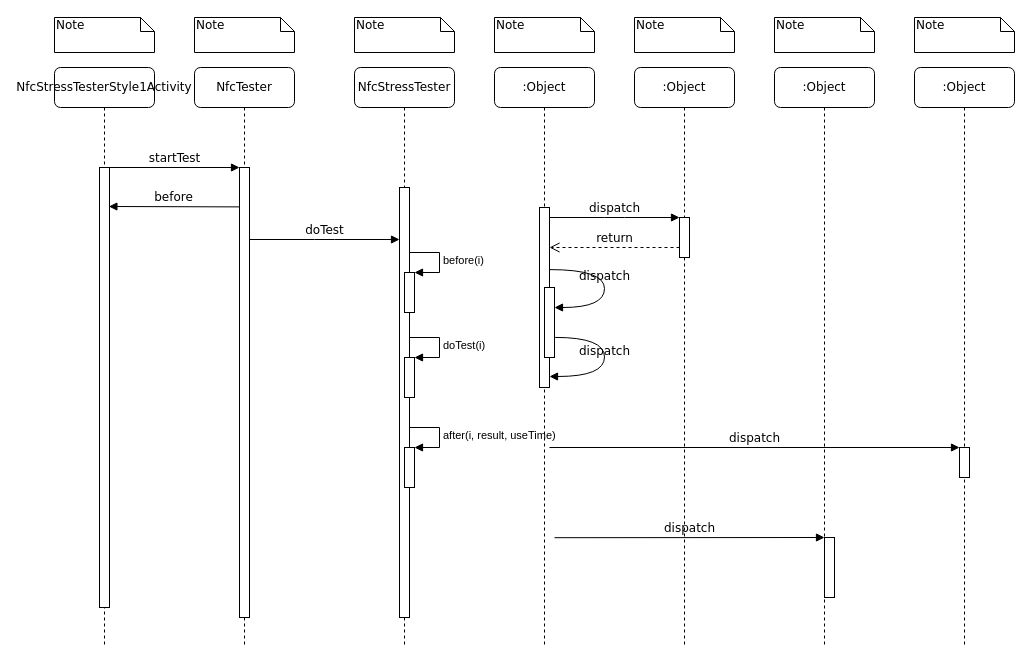
This is Seq-NfcSwitchTester.drawio from SuperSources/draw.io, a draw.io file, before an edit. Source tidied: cells renumbered, new cells numbered last; positions are measured from the earlier drawing's top-left corner, leaving out a move shared by most shapes. Both pictures are drawn from the tidied source at 100%, with x=0, y=0 at pixel (54, 17).
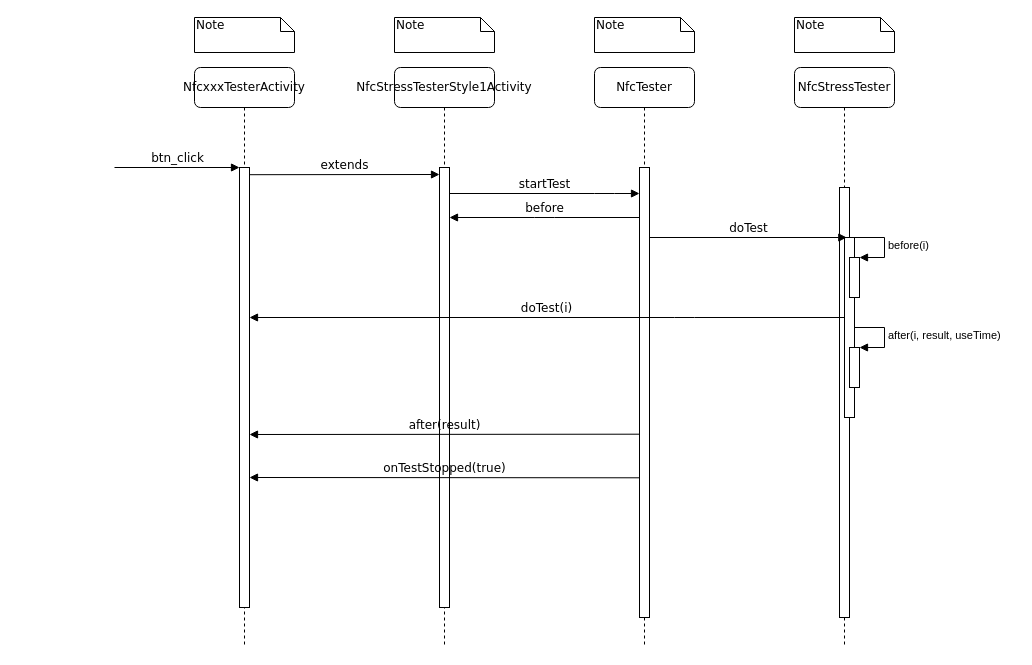
The same page after the edit.

Unchanged cells that the change refers to:
```xml
<mxCell id="3" style="html=1;points=[];perimeter=orthogonalPerimeter;rounded=0;shadow=0;comic=0;labelBackgroundColor=none;strokeWidth=1;fontFamily=Verdana;fontSize=12;align=center;" parent="2" vertex="1">
  <mxGeometry x="45" y="100" width="10" height="450" as="geometry" />
</mxCell>
<mxCell id="17" style="html=1;points=[];perimeter=orthogonalPerimeter;rounded=0;shadow=0;comic=0;labelBackgroundColor=none;strokeWidth=1;fontFamily=Verdana;fontSize=12;align=center;" parent="16" vertex="1">
  <mxGeometry x="45" y="100" width="10" height="440" as="geometry" />
</mxCell>
```

What changed in the source:
```diff
@@
     <mxCell id="2" value="NfcTester" style="shape=umlLifeline;perimeter=lifelinePerimeter;whiteSpace=wrap;html=1;rounded=1;shadow=0;comic=0;labelBackgroundColor=none;strokeWidth=1;fontFamily=Verdana;fontSize=12;align=center;" parent="1" vertex="1">
-      <mxGeometry x="140" y="50" width="100" height="580" as="geometry" />
+      <mxGeometry x="540" y="50" width="100" height="580" as="geometry" />
     </mxCell>
@@
     <mxCell id="4" value="NfcStressTester" style="shape=umlLifeline;perimeter=lifelinePerimeter;whiteSpace=wrap;html=1;rounded=1;shadow=0;comic=0;labelBackgroundColor=none;strokeWidth=1;fontFamily=Verdana;fontSize=12;align=center;" parent="1" vertex="1">
-      <mxGeometry x="300" y="50" width="100" height="580" as="geometry" />
+      <mxGeometry x="740" y="50" width="100" height="580" as="geometry" />
     </mxCell>
@@
+    <mxCell id="39" style="html=1;points=[];perimeter=orthogonalPerimeter;" parent="4" vertex="1">
+      <mxGeometry x="50" y="170" width="10" height="180" as="geometry" />
+    </mxCell>
     <mxCell id="6" style="html=1;points=[];perimeter=orthogonalPerimeter;" parent="4" vertex="1">
-      <mxGeometry x="50" y="205" width="10" height="40" as="geometry" />
+      <mxGeometry x="55" y="190" width="10" height="40" as="geometry" />
     </mxCell>
     <mxCell id="7" value="before(i)" style="edgeStyle=orthogonalEdgeStyle;html=1;align=left;spacingLeft=2;endArrow=block;rounded=0;entryX=1;entryY=0;" parent="4" edge="1" target="6">
       <mxGeometry relative="1" as="geometry">
-        <mxPoint x="55" y="185" as="sourcePoint" />
+        <mxPoint x="60" y="170" as="sourcePoint" />
         <Array as="points">
-          <mxPoint x="85" y="185" />
+          <mxPoint x="90" y="170" />
         </Array>
       </mxGeometry>
     </mxCell>
-    <mxCell id="8" style="html=1;points=[];perimeter=orthogonalPerimeter;" parent="4" vertex="1">
-      <mxGeometry x="50" y="290" width="10" height="40" as="geometry" />
-    </mxCell>
-    <mxCell id="9" value="doTest(i)" style="edgeStyle=orthogonalEdgeStyle;html=1;align=left;spacingLeft=2;endArrow=block;rounded=0;entryX=1;entryY=0;" parent="4" edge="1" target="8">
-      <mxGeometry relative="1" as="geometry">
-        <mxPoint x="55" y="270" as="sourcePoint" />
-        <Array as="points">
-          <mxPoint x="85" y="270" />
-        </Array>
-      </mxGeometry>
-    </mxCell>
     <mxCell id="10" style="html=1;points=[];perimeter=orthogonalPerimeter;" parent="4" vertex="1">
-      <mxGeometry x="50" y="380" width="10" height="40" as="geometry" />
+      <mxGeometry x="55" y="280" width="10" height="40" as="geometry" />
     </mxCell>
     <mxCell id="11" value="after(i, result, useTime)" style="edgeStyle=orthogonalEdgeStyle;html=1;align=left;spacingLeft=2;endArrow=block;rounded=0;entryX=1;entryY=0;" parent="4" edge="1" target="10">
       <mxGeometry relative="1" as="geometry">
-        <mxPoint x="55" y="360" as="sourcePoint" />
+        <mxPoint x="60" y="260" as="sourcePoint" />
         <Array as="points">
-          <mxPoint x="85" y="360" />
+          <mxPoint x="90" y="260" />
         </Array>
       </mxGeometry>
     </mxCell>
-    <mxCell id="12" value=":Object" style="shape=umlLifeline;perimeter=lifelinePerimeter;whiteSpace=wrap;html=1;rounded=1;shadow=0;comic=0;labelBackgroundColor=none;strokeWidth=1;fontFamily=Verdana;fontSize=12;align=center;" parent="1" vertex="1">
-      <mxGeometry x="440" y="50" width="100" height="580" as="geometry" />
-    </mxCell>
-    <mxCell id="13" value=":Object" style="shape=umlLifeline;perimeter=lifelinePerimeter;whiteSpace=wrap;html=1;rounded=1;shadow=0;comic=0;labelBackgroundColor=none;strokeWidth=1;fontFamily=Verdana;fontSize=12;align=center;" parent="1" vertex="1">
-      <mxGeometry x="580" y="50" width="100" height="580" as="geometry" />
-    </mxCell>
-    <mxCell id="14" value=":Object" style="shape=umlLifeline;perimeter=lifelinePerimeter;whiteSpace=wrap;html=1;rounded=1;shadow=0;comic=0;labelBackgroundColor=none;strokeWidth=1;fontFamily=Verdana;fontSize=12;align=center;" parent="1" vertex="1">
-      <mxGeometry x="720" y="50" width="100" height="580" as="geometry" />
-    </mxCell>
-    <mxCell id="15" value=":Object" style="shape=umlLifeline;perimeter=lifelinePerimeter;whiteSpace=wrap;html=1;rounded=1;shadow=0;comic=0;labelBackgroundColor=none;strokeWidth=1;fontFamily=Verdana;fontSize=12;align=center;" parent="1" vertex="1">
-      <mxGeometry x="860" y="50" width="100" height="580" as="geometry" />
-    </mxCell>
     <mxCell id="16" value="NfcStressTesterStyle1Activity" style="shape=umlLifeline;perimeter=lifelinePerimeter;whiteSpace=wrap;html=1;rounded=1;shadow=0;comic=0;labelBackgroundColor=none;strokeWidth=1;fontFamily=Verdana;fontSize=12;align=center;" parent="1" vertex="1">
-      <mxGeometry y="50" width="100" height="580" as="geometry" />
+      <mxGeometry x="340" y="50" width="100" height="580" as="geometry" />
     </mxCell>
@@
-    <mxCell id="18" style="html=1;points=[];perimeter=orthogonalPerimeter;rounded=0;shadow=0;comic=0;labelBackgroundColor=none;strokeWidth=1;fontFamily=Verdana;fontSize=12;align=center;" parent="1" vertex="1">
-      <mxGeometry x="485" y="190" width="10" height="180" as="geometry" />
-    </mxCell>
-    <mxCell id="19" style="html=1;points=[];perimeter=orthogonalPerimeter;rounded=0;shadow=0;comic=0;labelBackgroundColor=none;strokeWidth=1;fontFamily=Verdana;fontSize=12;align=center;" parent="1" vertex="1">
-      <mxGeometry x="625" y="200" width="10" height="40" as="geometry" />
-    </mxCell>
-    <mxCell id="20" value="dispatch" style="html=1;verticalAlign=bottom;endArrow=block;entryX=0;entryY=0;labelBackgroundColor=none;fontFamily=Verdana;fontSize=12;edgeStyle=elbowEdgeStyle;elbow=vertical;" parent="1" edge="1" source="18" target="19">
-      <mxGeometry relative="1" as="geometry" />
-    </mxCell>
-    <mxCell id="21" value="return" style="html=1;verticalAlign=bottom;endArrow=open;dashed=1;endSize=8;labelBackgroundColor=none;fontFamily=Verdana;fontSize=12;edgeStyle=elbowEdgeStyle;elbow=vertical;" parent="1" edge="1" source="19" target="18">
-      <mxGeometry relative="1" as="geometry">
-        <Array as="points">
-          <mxPoint x="570" y="230" />
-          <mxPoint x="600" y="230" />
-        </Array>
-      </mxGeometry>
-    </mxCell>
-    <mxCell id="22" style="html=1;points=[];perimeter=orthogonalPerimeter;rounded=0;shadow=0;comic=0;labelBackgroundColor=none;strokeColor=#000000;strokeWidth=1;fillColor=#FFFFFF;fontFamily=Verdana;fontSize=12;fontColor=#000000;align=center;" parent="1" vertex="1">
-      <mxGeometry x="905" y="430" width="10" height="30" as="geometry" />
-    </mxCell>
-    <mxCell id="23" value="dispatch" style="html=1;verticalAlign=bottom;endArrow=block;entryX=0;entryY=0;labelBackgroundColor=none;fontFamily=Verdana;fontSize=12;" parent="1" edge="1" target="22">
-      <mxGeometry relative="1" as="geometry">
-        <mxPoint x="495" y="430" as="sourcePoint" />
-      </mxGeometry>
-    </mxCell>
-    <mxCell id="24" style="html=1;points=[];perimeter=orthogonalPerimeter;rounded=0;shadow=0;comic=0;labelBackgroundColor=none;strokeWidth=1;fontFamily=Verdana;fontSize=12;align=center;" parent="1" vertex="1">
-      <mxGeometry x="770" y="520" width="10" height="60" as="geometry" />
-    </mxCell>
-    <mxCell id="25" value="dispatch" style="html=1;verticalAlign=bottom;endArrow=block;entryX=0;entryY=0;labelBackgroundColor=none;fontFamily=Verdana;fontSize=12;edgeStyle=elbowEdgeStyle;elbow=vertical;" parent="1" edge="1" target="24">
-      <mxGeometry relative="1" as="geometry">
-        <mxPoint x="500" y="520.2" as="sourcePoint" />
-      </mxGeometry>
-    </mxCell>
+    <mxCell id="38" value="before" style="html=1;verticalAlign=bottom;endArrow=block;labelBackgroundColor=none;fontFamily=Verdana;fontSize=12;edgeStyle=elbowEdgeStyle;elbow=vertical;" parent="16" edge="1">
+      <mxGeometry relative="1" as="geometry">
+        <mxPoint x="245" y="150" as="sourcePoint" />
+        <mxPoint x="55" y="150" as="targetPoint" />
+      </mxGeometry>
+    </mxCell>
-    <mxCell id="26" value="startTest" style="html=1;verticalAlign=bottom;endArrow=block;entryX=0;entryY=0;labelBackgroundColor=none;fontFamily=Verdana;fontSize=12;edgeStyle=elbowEdgeStyle;elbow=vertical;" parent="1" edge="1" source="17" target="3">
-      <mxGeometry relative="1" as="geometry" />
+    <mxCell id="26" value="startTest" style="html=1;verticalAlign=bottom;endArrow=block;labelBackgroundColor=none;fontFamily=Verdana;fontSize=12;edgeStyle=elbowEdgeStyle;elbow=vertical;" parent="1" edge="1" source="17" target="3">
+      <mxGeometry relative="1" as="geometry">
+        <Array as="points">
+          <mxPoint x="550" y="176" />
+        </Array>
+      </mxGeometry>
     </mxCell>
-    <mxCell id="27" value="doTest" style="html=1;verticalAlign=bottom;endArrow=block;entryX=0;entryY=0;labelBackgroundColor=none;fontFamily=Verdana;fontSize=12;edgeStyle=elbowEdgeStyle;elbow=vertical;" parent="1" edge="1">
+    <mxCell id="27" value="doTest" style="html=1;verticalAlign=bottom;endArrow=block;labelBackgroundColor=none;fontFamily=Verdana;fontSize=12;edgeStyle=elbowEdgeStyle;elbow=vertical;entryX=0.232;entryY=0.003;entryDx=0;entryDy=0;entryPerimeter=0;" parent="1" edge="1" source="3" target="39">
       <mxGeometry relative="1" as="geometry">
-        <mxPoint x="195" y="222" as="sourcePoint" />
-        <mxPoint x="345" y="222" as="targetPoint" />
+        <Array as="points">
+          <mxPoint x="640" y="220" />
+        </Array>
       </mxGeometry>
     </mxCell>
-    <mxCell id="28" style="html=1;points=[];perimeter=orthogonalPerimeter;rounded=0;shadow=0;comic=0;labelBackgroundColor=none;strokeWidth=1;fontFamily=Verdana;fontSize=12;align=center;" parent="1" vertex="1">
-      <mxGeometry x="490" y="270" width="10" height="70" as="geometry" />
-    </mxCell>
-    <mxCell id="29" value="dispatch" style="html=1;verticalAlign=bottom;endArrow=block;labelBackgroundColor=none;fontFamily=Verdana;fontSize=12;elbow=vertical;edgeStyle=orthogonalEdgeStyle;curved=1;entryX=1;entryY=0.286;entryPerimeter=0;exitX=1.038;exitY=0.345;exitPerimeter=0;" parent="1" edge="1" source="18" target="28">
-      <mxGeometry relative="1" as="geometry">
-        <Array as="points">
-          <mxPoint x="550" y="252" />
-          <mxPoint x="550" y="290" />
-        </Array>
-      </mxGeometry>
-    </mxCell>
-    <mxCell id="30" value="dispatch" style="html=1;verticalAlign=bottom;endArrow=block;labelBackgroundColor=none;fontFamily=Verdana;fontSize=12;elbow=vertical;edgeStyle=orthogonalEdgeStyle;curved=1;exitX=1.066;exitY=0.713;exitPerimeter=0;" parent="1" edge="1" source="28">
-      <mxGeometry relative="1" as="geometry">
-        <mxPoint x="495" y="359" as="targetPoint" />
-        <Array as="points">
-          <mxPoint x="550" y="320" />
-          <mxPoint x="550" y="359" />
-        </Array>
-      </mxGeometry>
-    </mxCell>
     <mxCell id="31" value="Note" style="shape=note;whiteSpace=wrap;html=1;size=14;verticalAlign=top;align=left;spacingTop=-6;rounded=0;shadow=0;comic=0;labelBackgroundColor=none;strokeWidth=1;fontFamily=Verdana;fontSize=12;" parent="1" vertex="1">
-      <mxGeometry width="100" height="35" as="geometry" />
+      <mxGeometry x="340" width="100" height="35" as="geometry" />
     </mxCell>
     <mxCell id="32" value="Note" style="shape=note;whiteSpace=wrap;html=1;size=14;verticalAlign=top;align=left;spacingTop=-6;rounded=0;shadow=0;comic=0;labelBackgroundColor=none;strokeWidth=1;fontFamily=Verdana;fontSize=12;" parent="1" vertex="1">
-      <mxGeometry x="140" width="100" height="35" as="geometry" />
+      <mxGeometry x="540" width="100" height="35" as="geometry" />
     </mxCell>
     <mxCell id="33" value="Note" style="shape=note;whiteSpace=wrap;html=1;size=14;verticalAlign=top;align=left;spacingTop=-6;rounded=0;shadow=0;comic=0;labelBackgroundColor=none;strokeWidth=1;fontFamily=Verdana;fontSize=12;" parent="1" vertex="1">
-      <mxGeometry x="300" width="100" height="35" as="geometry" />
+      <mxGeometry x="740" width="100" height="35" as="geometry" />
     </mxCell>
-    <mxCell id="34" value="Note" style="shape=note;whiteSpace=wrap;html=1;size=14;verticalAlign=top;align=left;spacingTop=-6;rounded=0;shadow=0;comic=0;labelBackgroundColor=none;strokeWidth=1;fontFamily=Verdana;fontSize=12;" parent="1" vertex="1">
-      <mxGeometry x="440" width="100" height="35" as="geometry" />
-    </mxCell>
-    <mxCell id="35" value="Note" style="shape=note;whiteSpace=wrap;html=1;size=14;verticalAlign=top;align=left;spacingTop=-6;rounded=0;shadow=0;comic=0;labelBackgroundColor=none;strokeWidth=1;fontFamily=Verdana;fontSize=12;" parent="1" vertex="1">
-      <mxGeometry x="580" width="100" height="35" as="geometry" />
-    </mxCell>
-    <mxCell id="36" value="Note" style="shape=note;whiteSpace=wrap;html=1;size=14;verticalAlign=top;align=left;spacingTop=-6;rounded=0;shadow=0;comic=0;labelBackgroundColor=none;strokeWidth=1;fontFamily=Verdana;fontSize=12;" parent="1" vertex="1">
-      <mxGeometry x="720" width="100" height="35" as="geometry" />
-    </mxCell>
     <mxCell id="37" value="Note" style="shape=note;whiteSpace=wrap;html=1;size=14;verticalAlign=top;align=left;spacingTop=-6;rounded=0;shadow=0;comic=0;labelBackgroundColor=none;strokeWidth=1;fontFamily=Verdana;fontSize=12;" parent="1" vertex="1">
-      <mxGeometry x="860" width="100" height="35" as="geometry" />
+      <mxGeometry x="140" width="100" height="35" as="geometry" />
     </mxCell>
-    <mxCell id="38" value="before" style="html=1;verticalAlign=bottom;endArrow=block;labelBackgroundColor=none;fontFamily=Verdana;fontSize=12;edgeStyle=elbowEdgeStyle;elbow=vertical;entryX=0.941;entryY=0.053;entryDx=0;entryDy=0;entryPerimeter=0;" parent="1" edge="1">
-      <mxGeometry relative="1" as="geometry">
-        <mxPoint x="185" y="189.4" as="sourcePoint" />
-        <mxPoint x="54.4" y="189.3" as="targetPoint" />
-      </mxGeometry>
-    </mxCell>
+    <mxCell id="40" value="extends" style="html=1;verticalAlign=bottom;endArrow=block;labelBackgroundColor=none;fontFamily=Verdana;fontSize=12;edgeStyle=elbowEdgeStyle;elbow=vertical;exitX=0.966;exitY=0.005;exitDx=0;exitDy=0;exitPerimeter=0;" parent="1" edge="1">
+      <mxGeometry relative="1" as="geometry">
+        <mxPoint x="194.7" y="157.2" as="sourcePoint" />
+        <mxPoint x="385" y="157.2" as="targetPoint" />
+      </mxGeometry>
+    </mxCell>
+    <mxCell id="41" value="NfcxxxTesterActivity" style="shape=umlLifeline;perimeter=lifelinePerimeter;whiteSpace=wrap;html=1;rounded=1;shadow=0;comic=0;labelBackgroundColor=none;strokeWidth=1;fontFamily=Verdana;fontSize=12;align=center;" parent="1" vertex="1">
+      <mxGeometry x="140" y="50" width="100" height="580" as="geometry" />
+    </mxCell>
+    <mxCell id="42" style="html=1;points=[];perimeter=orthogonalPerimeter;rounded=0;shadow=0;comic=0;labelBackgroundColor=none;strokeWidth=1;fontFamily=Verdana;fontSize=12;align=center;" parent="41" vertex="1">
+      <mxGeometry x="45" y="100" width="10" height="440" as="geometry" />
+    </mxCell>
+    <mxCell id="43" value="btn_click" style="html=1;verticalAlign=bottom;endArrow=block;labelBackgroundColor=none;fontFamily=Verdana;fontSize=12;edgeStyle=elbowEdgeStyle;elbow=vertical;" parent="1" edge="1" target="42">
+      <mxGeometry relative="1" as="geometry">
+        <mxPoint x="60" y="150" as="sourcePoint" />
+      </mxGeometry>
+    </mxCell>
+    <mxCell id="9" value="doTest(i)" style="html=1;verticalAlign=bottom;endArrow=block;labelBackgroundColor=none;fontFamily=Verdana;fontSize=12;edgeStyle=elbowEdgeStyle;elbow=vertical;" parent="1" edge="1" source="39" target="42">
+      <mxGeometry relative="1" as="geometry">
+        <Array as="points">
+          <mxPoint x="630" y="300" />
+          <mxPoint x="795" y="320" />
+          <mxPoint x="790" y="320" />
+        </Array>
+      </mxGeometry>
+    </mxCell>
+    <mxCell id="44" value="after(result)" style="html=1;verticalAlign=bottom;endArrow=block;labelBackgroundColor=none;fontFamily=Verdana;fontSize=12;edgeStyle=elbowEdgeStyle;elbow=vertical;" parent="1" edge="1">
+      <mxGeometry relative="1" as="geometry">
+        <mxPoint x="585" y="416.7" as="sourcePoint" />
+        <mxPoint x="195" y="416.7" as="targetPoint" />
+      </mxGeometry>
+    </mxCell>
+    <mxCell id="45" value="onTestStopped(true)" style="html=1;verticalAlign=bottom;endArrow=block;labelBackgroundColor=none;fontFamily=Verdana;fontSize=12;edgeStyle=elbowEdgeStyle;elbow=vertical;" parent="1" edge="1">
+      <mxGeometry relative="1" as="geometry">
+        <mxPoint x="585" y="460.3" as="sourcePoint" />
+        <mxPoint x="195" y="460.3" as="targetPoint" />
+      </mxGeometry>
+    </mxCell>
```
